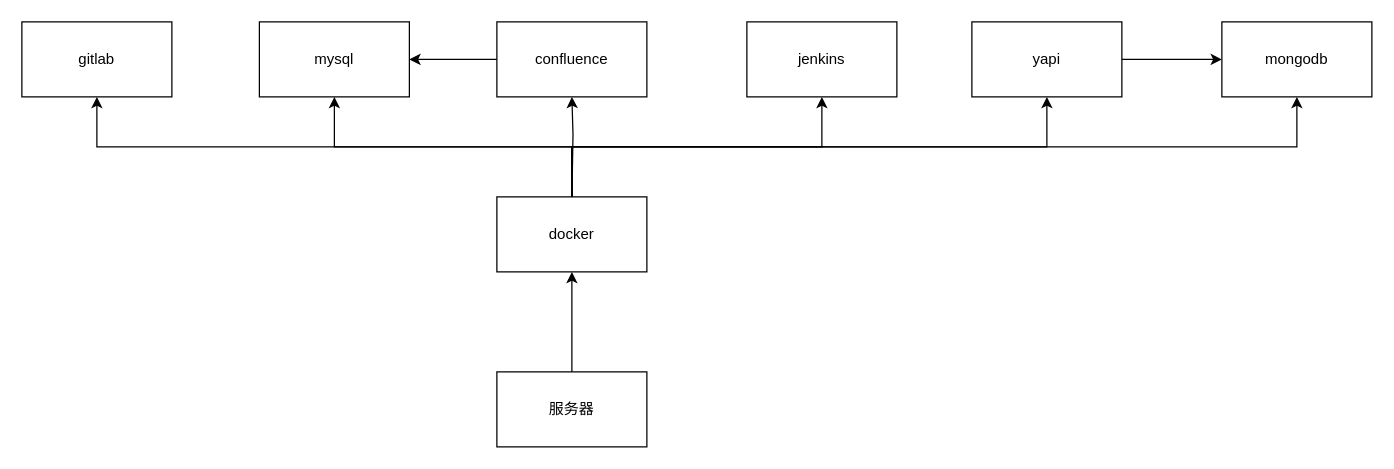
Earlier version of the draw.io diagram 新架构图.drawio (xujizhong/flow-chart). Source tidied: cells renumbered, new cells numbered last; positions are measured from the earlier drawing's top-left corner, leaving out a move shared by most shapes. Both pictures are drawn from the tidied source at 125%, with x=0, y=0 at pixel (21, 21).
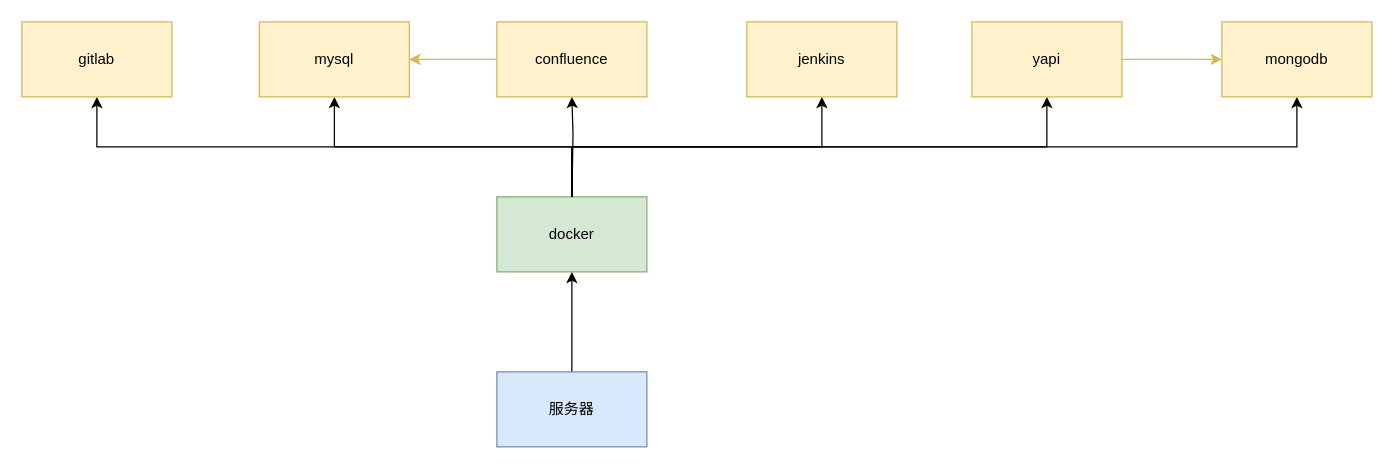
The same page after the edit.

Commit message (it also covers changes not shown here):
更新新架构图.drawio

Change to the diagram source:
```diff
@@
 <mxGraphModel>
   <root>
     <mxCell id="0" />
     <mxCell id="1" parent="0" />
     <mxCell id="2" style="edgeStyle=orthogonalEdgeStyle;rounded=0;jettySize=auto;html=1;exitX=0.5;exitY=0;exitDx=0;exitDy=0;entryX=0.5;entryY=1;entryDx=0;entryDy=0;" parent="1" edge="1" source="3" target="5">
       <mxGeometry relative="1" as="geometry" />
     </mxCell>
-    <mxCell id="3" value="服务器" style="rounded=0;whiteSpace=wrap;html=1;" parent="1" vertex="1">
+    <mxCell id="3" value="服务器" style="rounded=0;whiteSpace=wrap;html=1;fillColor=#dae8fc;strokeColor=#6c8ebf;" parent="1" vertex="1">
       <mxGeometry x="380" y="280" width="120" height="60" as="geometry" />
     </mxCell>
     <mxCell id="4" style="edgeStyle=orthogonalEdgeStyle;rounded=0;jettySize=auto;html=1;exitX=0.5;exitY=0;exitDx=0;exitDy=0;entryX=0.5;entryY=1;entryDx=0;entryDy=0;" parent="1" edge="1" source="5" target="9">
       <mxGeometry relative="1" as="geometry" />
     </mxCell>
-    <mxCell id="5" value="docker" style="rounded=0;whiteSpace=wrap;html=1;" parent="1" vertex="1">
+    <mxCell id="5" value="docker" style="rounded=0;whiteSpace=wrap;html=1;fillColor=#d5e8d4;strokeColor=#82b366;" parent="1" vertex="1">
       <mxGeometry x="380" y="140" width="120" height="60" as="geometry" />
     </mxCell>
     <mxCell id="6" style="edgeStyle=orthogonalEdgeStyle;rounded=0;jettySize=auto;html=1;exitX=0.5;exitY=1;exitDx=0;exitDy=0;entryX=0.5;entryY=1;entryDx=0;entryDy=0;" parent="1" edge="1" target="8">
       <mxGeometry relative="1" as="geometry">
         <mxPoint x="440.4" y="120" as="sourcePoint" />
       </mxGeometry>
     </mxCell>
-    <mxCell id="7" style="edgeStyle=orthogonalEdgeStyle;rounded=0;jettySize=auto;html=1;exitX=0;exitY=0.5;exitDx=0;exitDy=0;" parent="1" edge="1" source="8" target="18">
+    <mxCell id="7" style="edgeStyle=orthogonalEdgeStyle;rounded=0;jettySize=auto;html=1;exitX=0;exitY=0.5;exitDx=0;exitDy=0;fillColor=#fff2cc;strokeColor=#d6b656;" parent="1" edge="1" source="8" target="18">
       <mxGeometry relative="1" as="geometry" />
     </mxCell>
-    <mxCell id="8" value="confluence" style="rounded=0;whiteSpace=wrap;html=1;" parent="1" vertex="1">
+    <mxCell id="8" value="confluence" style="rounded=0;whiteSpace=wrap;html=1;fillColor=#fff2cc;strokeColor=#d6b656;" parent="1" vertex="1">
       <mxGeometry x="380" width="120" height="60" as="geometry" />
     </mxCell>
-    <mxCell id="9" value="gitlab" style="rounded=0;whiteSpace=wrap;html=1;" parent="1" vertex="1">
+    <mxCell id="9" value="gitlab" style="rounded=0;whiteSpace=wrap;html=1;fillColor=#fff2cc;strokeColor=#d6b656;" parent="1" vertex="1">
       <mxGeometry width="120" height="60" as="geometry" />
     </mxCell>
     <mxCell id="10" style="edgeStyle=orthogonalEdgeStyle;rounded=0;jettySize=auto;html=1;exitX=0.5;exitY=0;exitDx=0;exitDy=0;entryX=0.5;entryY=1;entryDx=0;entryDy=0;" parent="1" edge="1" source="5" target="11">
       <mxGeometry relative="1" as="geometry" />
     </mxCell>
-    <mxCell id="11" value="jenkins" style="rounded=0;whiteSpace=wrap;html=1;" parent="1" vertex="1">
+    <mxCell id="11" value="jenkins" style="rounded=0;whiteSpace=wrap;html=1;fillColor=#fff2cc;strokeColor=#d6b656;" parent="1" vertex="1">
       <mxGeometry x="580" width="120" height="60" as="geometry" />
     </mxCell>
     <mxCell id="12" style="edgeStyle=orthogonalEdgeStyle;rounded=0;jettySize=auto;html=1;entryX=0.5;entryY=1;entryDx=0;entryDy=0;exitX=0.5;exitY=0;exitDx=0;exitDy=0;" parent="1" edge="1" source="5" target="14">
       <mxGeometry relative="1" as="geometry" />
     </mxCell>
-    <mxCell id="13" style="edgeStyle=orthogonalEdgeStyle;rounded=0;jettySize=auto;html=1;exitX=1;exitY=0.5;exitDx=0;exitDy=0;entryX=0;entryY=0.5;entryDx=0;entryDy=0;" parent="1" edge="1" source="14" target="16">
+    <mxCell id="13" style="edgeStyle=orthogonalEdgeStyle;rounded=0;jettySize=auto;html=1;exitX=1;exitY=0.5;exitDx=0;exitDy=0;entryX=0;entryY=0.5;entryDx=0;entryDy=0;fillColor=#fff2cc;strokeColor=#d6b656;" parent="1" edge="1" source="14" target="16">
       <mxGeometry relative="1" as="geometry" />
     </mxCell>
-    <mxCell id="14" value="yapi" style="rounded=0;whiteSpace=wrap;html=1;" parent="1" vertex="1">
+    <mxCell id="14" value="yapi" style="rounded=0;whiteSpace=wrap;html=1;fillColor=#fff2cc;strokeColor=#d6b656;" parent="1" vertex="1">
       <mxGeometry x="760" width="120" height="60" as="geometry" />
     </mxCell>
     <mxCell id="15" style="edgeStyle=orthogonalEdgeStyle;rounded=0;jettySize=auto;html=1;entryX=0.5;entryY=1;entryDx=0;entryDy=0;exitX=0.5;exitY=0;exitDx=0;exitDy=0;" parent="1" edge="1" source="5" target="16">
       <mxGeometry relative="1" as="geometry" />
     </mxCell>
-    <mxCell id="16" value="mongodb" style="rounded=0;whiteSpace=wrap;html=1;" parent="1" vertex="1">
+    <mxCell id="16" value="mongodb" style="rounded=0;whiteSpace=wrap;html=1;fillColor=#fff2cc;strokeColor=#d6b656;" parent="1" vertex="1">
       <mxGeometry x="960" width="120" height="60" as="geometry" />
     </mxCell>
     <mxCell id="17" style="edgeStyle=orthogonalEdgeStyle;rounded=0;jettySize=auto;html=1;entryX=0.5;entryY=1;entryDx=0;entryDy=0;exitX=0.5;exitY=0;exitDx=0;exitDy=0;" parent="1" edge="1" source="5" target="18">
       <mxGeometry relative="1" as="geometry" />
     </mxCell>
-    <mxCell id="18" value="mysql" style="rounded=0;whiteSpace=wrap;html=1;" parent="1" vertex="1">
+    <mxCell id="18" value="mysql" style="rounded=0;whiteSpace=wrap;html=1;fillColor=#fff2cc;strokeColor=#d6b656;" parent="1" vertex="1">
       <mxGeometry x="190" width="120" height="60" as="geometry" />
     </mxCell>
   </root>
 </mxGraphModel>
```
